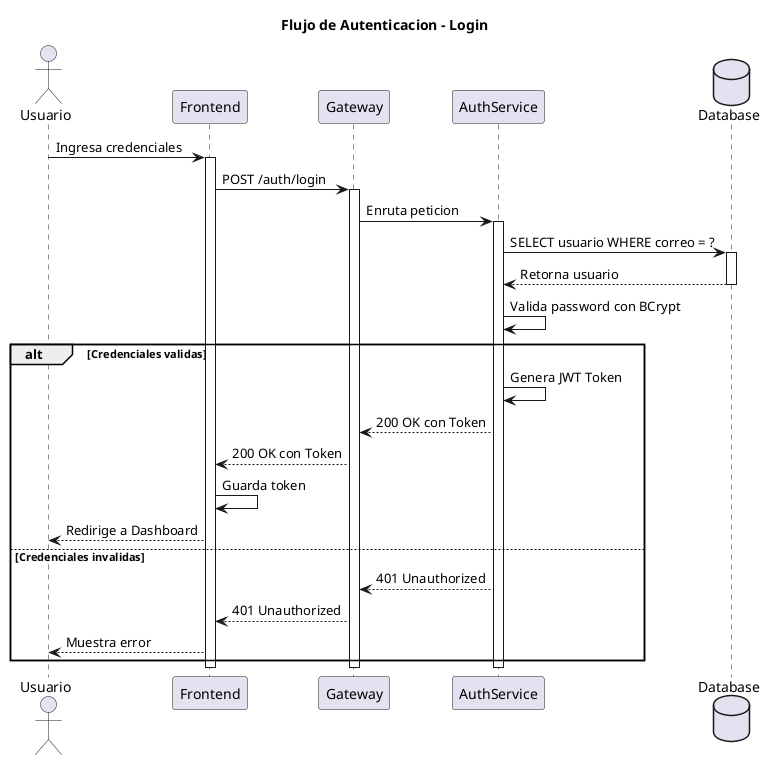
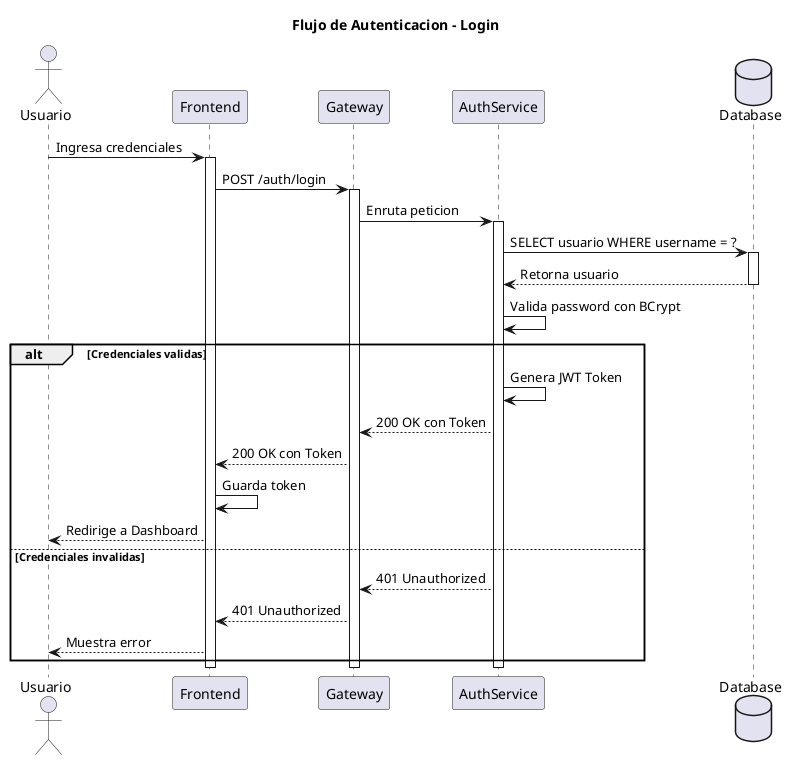
@startuml
title Flujo de Autenticacion - Login

actor Usuario
participant Frontend
participant Gateway
participant AuthService
database Database

Usuario -> Frontend: Ingresa credenciales
activate Frontend

Frontend -> Gateway: POST /auth/login
activate Gateway

Gateway -> AuthService: Enruta peticion
activate AuthService

- AuthService -> Database: SELECT usuario WHERE correo = ?
+ AuthService -> Database: SELECT usuario WHERE username = ?
activate Database
Database --> AuthService: Retorna usuario
deactivate Database

AuthService -> AuthService: Valida password con BCrypt

alt Credenciales validas
    AuthService -> AuthService: Genera JWT Token
    AuthService --> Gateway: 200 OK con Token
    Gateway --> Frontend: 200 OK con Token
    Frontend -> Frontend: Guarda token
    Frontend --> Usuario: Redirige a Dashboard
else Credenciales invalidas
    AuthService --> Gateway: 401 Unauthorized
    Gateway --> Frontend: 401 Unauthorized
    Frontend --> Usuario: Muestra error
end

deactivate AuthService
deactivate Gateway
deactivate Frontend

@enduml
